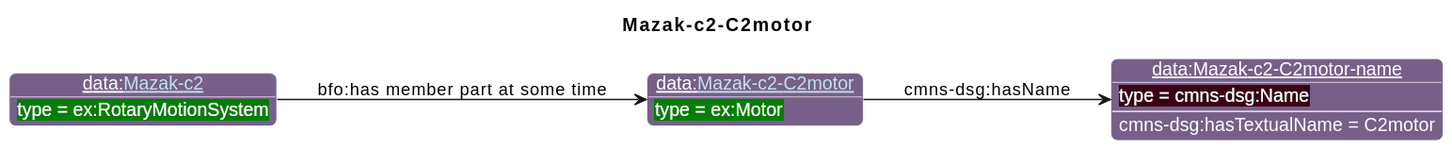
The PlantUML diagram diagrams/Mazak-c2-C2motor.svg in iofoundry/example-syseng-mtconnect, before a commit. The source it was exported from:
```plantuml
@startuml
!include ../iof.iuml

<style>
object {
  HyperlinkColor #C4E1E6
}
</style>

left to right direction
skinparam linetype polyline
title Mazak-c2-C2motor

!$default_direction = down

!$namespace_colors = { "bfo":"DFA702",
                      "iof":"1E90FF",
                      "ns":"Green",
                      "ns1":"76608A",
"ex":"Green","data":"76608A","core":"000000","units":"8A2D3B","qp":"641B2E","cmns-dsg":"3A0519"
}
individual(o1, data:[[./Mazak-c2-C2motor.html Mazak-c2-C2motor]], ex:Motor)
individual(o2, data:Mazak-c2-C2motor-name, cmns-dsg:Name)
individual(o3, data:[[./Mazak-c2.html Mazak-c2]], ex:RotaryMotionSystem)
property(o1, cmns-dsg:hasName, o2)
data(o2, cmns-dsg:hasTextualName, C2motor)
property(o3, "bfo:has member part at some time", o1)
@enduml
```
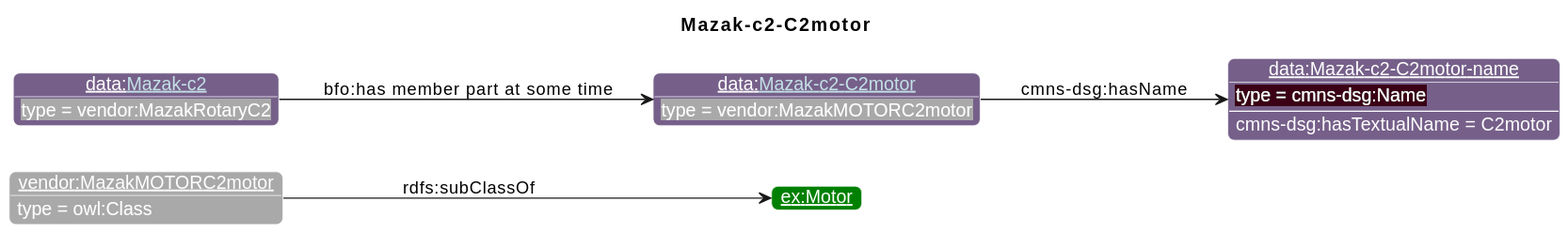
The same diagram one commit later.

Diff of the diagram source:
```diff
@@ -19,10 +19,13 @@
                       "ns1":"76608A",
 "ex":"Green","data":"76608A","core":"000000","units":"8A2D3B","qp":"641B2E","cmns-dsg":"3A0519"
 }
-individual(o1, data:[[./Mazak-c2-C2motor.html Mazak-c2-C2motor]], ex:Motor)
-individual(o2, data:Mazak-c2-C2motor-name, cmns-dsg:Name)
-individual(o3, data:[[./Mazak-c2.html Mazak-c2]], ex:RotaryMotionSystem)
-property(o1, cmns-dsg:hasName, o2)
-data(o2, cmns-dsg:hasTextualName, C2motor)
-property(o3, "bfo:has member part at some time", o1)
+individual(o1, vendor:MazakMOTORC2motor, owl:Class)
+individual(o2, ex:Motor)
+individual(o3, data:[[./Mazak-c2-C2motor.html Mazak-c2-C2motor]], vendor:MazakMOTORC2motor)
+individual(o4, data:Mazak-c2-C2motor-name, cmns-dsg:Name)
+individual(o5, data:[[./Mazak-c2.html Mazak-c2]], vendor:MazakRotaryC2)
+property(o1, rdfs:subClassOf, o2)
+property(o3, cmns-dsg:hasName, o4)
+data(o4, cmns-dsg:hasTextualName, C2motor)
+property(o5, "bfo:has member part at some time", o3)
 @enduml
```
